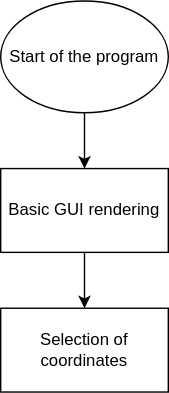
OndraFoltyn/digital-electronics-1 keeps this draw.io diagram as world_map.drawio.svg. Above is the earlier version. Source tidied: cells renumbered, new cells last; positions are measured from the earlier drawing's top-left corner, leaving out a move shared by most shapes.
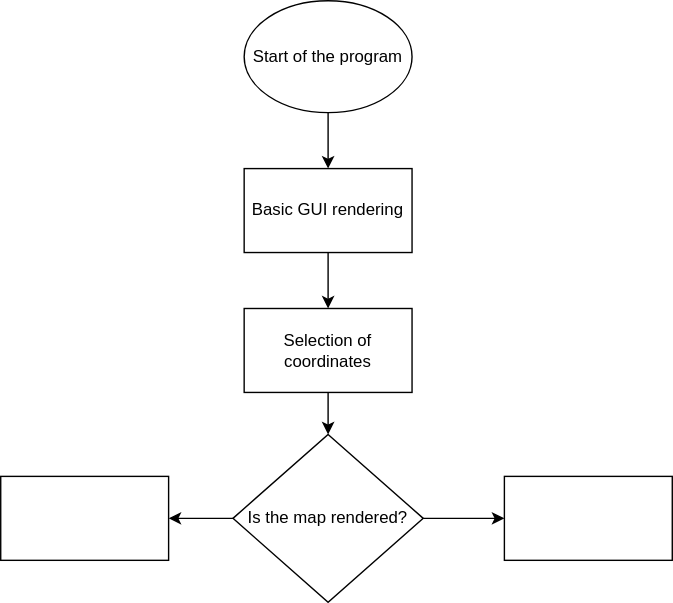
The same diagram one commit later.

What changed in the source:
```diff
@@ -14,8 +14,26 @@
     <mxCell id="5" value="Basic GUI rendering" style="whiteSpace=wrap;html=1;" parent="1" vertex="1">
       <mxGeometry y="120" width="120" height="60" as="geometry" />
     </mxCell>
+    <mxCell id="7" style="edgeStyle=orthogonalEdgeStyle;rounded=0;jettySize=auto;html=1;" parent="1" edge="1" source="6" target="10">
+      <mxGeometry relative="1" as="geometry" />
+    </mxCell>
     <mxCell id="6" value="Selection of coordinates" style="whiteSpace=wrap;html=1;" parent="1" vertex="1">
       <mxGeometry y="220" width="120" height="60" as="geometry" />
     </mxCell>
+    <mxCell id="8" style="edgeStyle=orthogonalEdgeStyle;rounded=0;jettySize=auto;html=1;" parent="1" edge="1" source="10" target="11">
+      <mxGeometry relative="1" as="geometry" />
+    </mxCell>
+    <mxCell id="9" style="edgeStyle=orthogonalEdgeStyle;rounded=0;jettySize=auto;html=1;" parent="1" edge="1" source="10" target="12">
+      <mxGeometry relative="1" as="geometry" />
+    </mxCell>
+    <mxCell id="10" value="Is the map rendered?" style="rhombus;whiteSpace=wrap;html=1;" parent="1" vertex="1">
+      <mxGeometry x="-8" y="310" width="136" height="120" as="geometry" />
+    </mxCell>
+    <mxCell id="11" style="whiteSpace=wrap;html=1;" parent="1" vertex="1">
+      <mxGeometry x="186" y="340" width="120" height="60" as="geometry" />
+    </mxCell>
+    <mxCell id="12" style="whiteSpace=wrap;html=1;" parent="1" vertex="1">
+      <mxGeometry x="-174" y="340" width="120" height="60" as="geometry" />
+    </mxCell>
   </root>
 </mxGraphModel>
```
